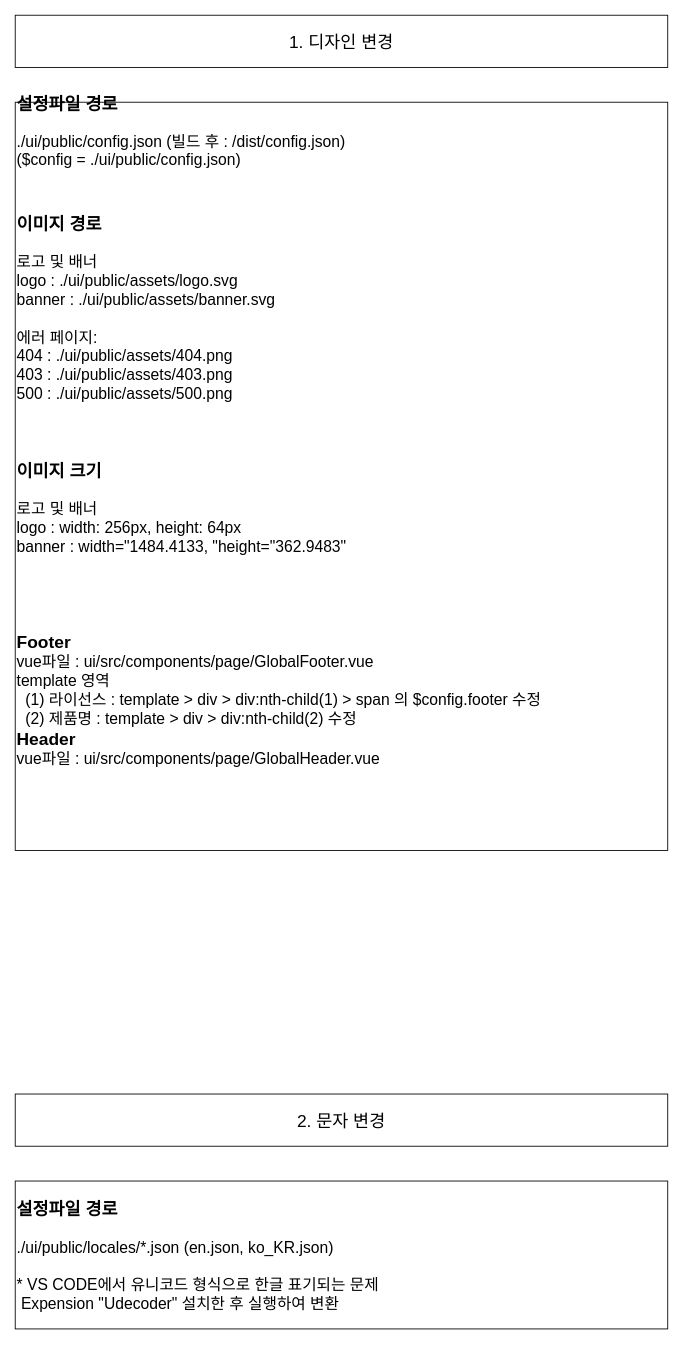
The draw.io diagram page "Page-1" (1 of 2) of primateUI-customize.drawio in stardom3645/wiki, before the edit. Source tidied: cells renumbered, new cells numbered last; positions are measured from the earlier drawing's top-left corner, leaving out a move shared by most shapes. Both pictures are drawn from the tidied source at 87%, with x=0, y=0 at pixel (15, 15).
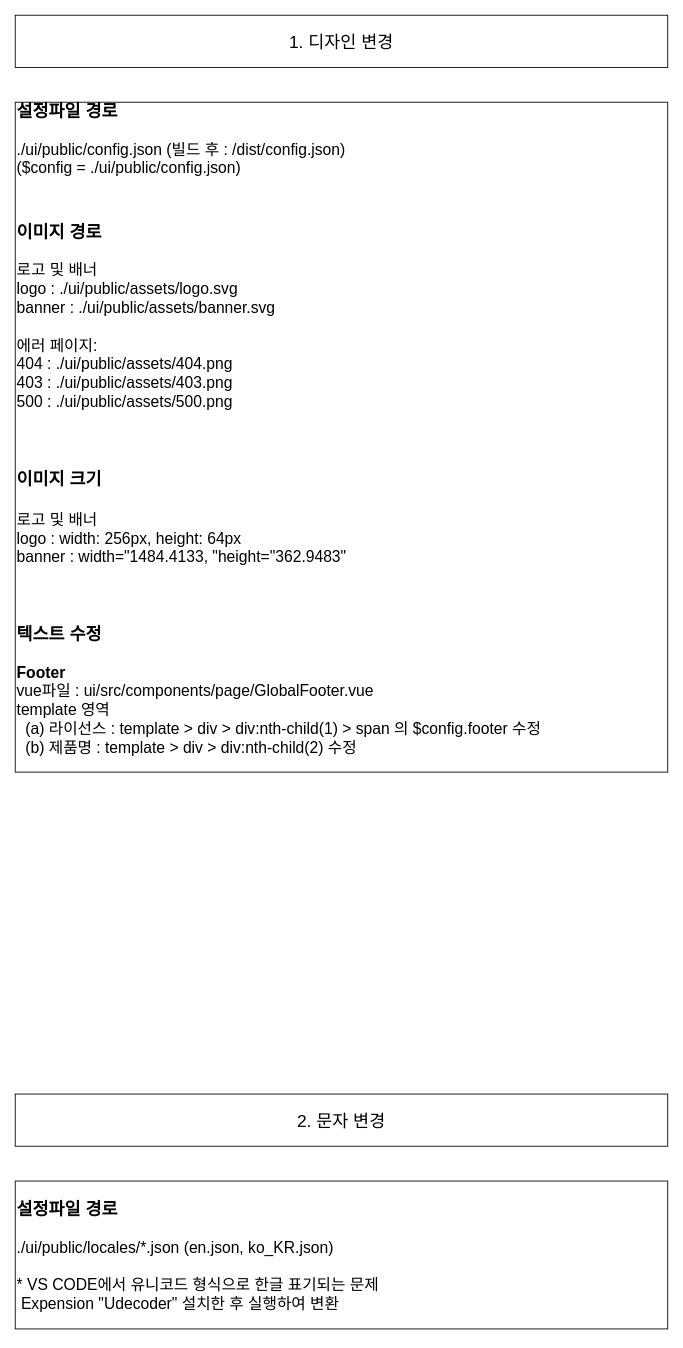
Above is the later version.

The edit, as a diff of the source:
```diff
@@
 <mxGraphModel background="#ffffff">
   <root>
     <mxCell id="0" />
     <mxCell id="1" parent="0" />
     <mxCell id="2" value="1. 디자인 변경" style="rounded=0;whiteSpace=wrap;html=1;fontSize=20;" parent="1" vertex="1">
       <mxGeometry width="750" height="60" as="geometry" />
     </mxCell>
-    <mxCell id="3" value="&lt;div&gt;&lt;div&gt;&lt;b&gt;&lt;font style=&quot;font-size: 20px&quot;&gt;&lt;br&gt;&lt;/font&gt;&lt;/b&gt;&lt;/div&gt;&lt;div&gt;&lt;div&gt;&lt;b&gt;&lt;font style=&quot;font-size: 20px&quot;&gt;설정파일 경로&lt;/font&gt;&lt;/b&gt;&lt;/div&gt;&lt;div&gt;&lt;br&gt;&lt;/div&gt;&lt;div&gt;./ui/public/config.json (빌드 후 : /dist/config.json)&lt;br&gt;&lt;/div&gt;&lt;/div&gt;&lt;div&gt;(&lt;span&gt;$config =&amp;nbsp;&lt;/span&gt;&lt;span&gt;./ui/public/config.json)&lt;/span&gt;&lt;br&gt;&lt;/div&gt;&lt;div&gt;&lt;b&gt;&lt;font style=&quot;font-size: 20px&quot;&gt;&lt;br&gt;&lt;/font&gt;&lt;/b&gt;&lt;/div&gt;&lt;div&gt;&lt;b&gt;&lt;font style=&quot;font-size: 20px&quot;&gt;&lt;br&gt;&lt;/font&gt;&lt;/b&gt;&lt;/div&gt;&lt;div&gt;&lt;b&gt;&lt;font style=&quot;font-size: 20px&quot;&gt;이미지 경로&lt;/font&gt;&lt;/b&gt;&lt;/div&gt;&lt;div style=&quot;font-size: 18px&quot;&gt;&lt;br&gt;&lt;/div&gt;&lt;div style=&quot;font-size: 18px&quot;&gt;로고 및 배너&lt;/div&gt;&lt;div style=&quot;font-size: 18px&quot;&gt;logo : ./ui/public/assets/logo.svg&lt;/div&gt;&lt;div style=&quot;font-size: 18px&quot;&gt;banner : ./ui/public/assets/banner.svg&lt;/div&gt;&lt;div style=&quot;font-size: 18px&quot;&gt;&amp;nbsp;&amp;nbsp;&lt;/div&gt;&lt;div style=&quot;font-size: 18px&quot;&gt;에러 페이지:&lt;/div&gt;&lt;div style=&quot;font-size: 18px&quot;&gt;404 : ./ui/public/assets/404.png&lt;/div&gt;&lt;div style=&quot;font-size: 18px&quot;&gt;403 : ./ui/public/assets/403.png&lt;/div&gt;&lt;div style=&quot;font-size: 18px&quot;&gt;500 : ./ui/public/assets/500.png&lt;/div&gt;&lt;/div&gt;&lt;div style=&quot;font-size: 18px&quot;&gt;&lt;br&gt;&lt;/div&gt;&lt;div style=&quot;font-size: 18px&quot;&gt;&lt;br&gt;&lt;/div&gt;&lt;div style=&quot;font-size: 18px&quot;&gt;&lt;br&gt;&lt;/div&gt;&lt;div&gt;&lt;div style=&quot;font-size: 18px&quot;&gt;&lt;span style=&quot;font-size: 20px&quot;&gt;&lt;b&gt;이미지 크기&lt;/b&gt;&lt;/span&gt;&lt;/div&gt;&lt;div style=&quot;font-size: 18px&quot;&gt;&lt;span&gt;&lt;br&gt;&lt;/span&gt;&lt;/div&gt;&lt;div style=&quot;font-size: 18px&quot;&gt;&lt;span&gt;로고 및 배너&lt;/span&gt;&lt;br&gt;&lt;/div&gt;&lt;div style=&quot;font-size: 18px&quot;&gt;logo : width: 256px, height: 64px&lt;/div&gt;&lt;div style=&quot;font-size: 18px&quot;&gt;banner : width=&quot;1484.4133, &quot;height=&quot;362.9483&quot;&lt;/div&gt;&lt;div style=&quot;font-size: 18px&quot;&gt;&lt;br&gt;&lt;/div&gt;&lt;div style=&quot;font-size: 18px&quot;&gt;&lt;br&gt;&lt;/div&gt;&lt;div&gt;&lt;div style=&quot;font-size: 18px&quot;&gt;&lt;br&gt;&lt;/div&gt;&lt;div style=&quot;font-size: 18px&quot;&gt;&lt;br&gt;&lt;/div&gt;&lt;div&gt;&lt;div&gt;&lt;span style=&quot;font-size: 20px&quot;&gt;&lt;b&gt;Footer&lt;/b&gt;&lt;/span&gt;&lt;/div&gt;&lt;div style=&quot;font-size: 18px&quot;&gt;&lt;span&gt;vue파일 : ui/src/components/page/GlobalFooter.vue&lt;/span&gt;&lt;br&gt;&lt;/div&gt;&lt;div style=&quot;font-size: 18px&quot;&gt;template 영역&lt;/div&gt;&lt;div style=&quot;font-size: 18px&quot;&gt;&amp;nbsp; (1) 라이선스 :&amp;nbsp;&lt;span&gt;template &amp;gt; div &amp;gt;&amp;nbsp;div:nth-child(1) &amp;gt;&amp;nbsp;&lt;/span&gt;&lt;span&gt;span 의 $config.footer 수정&lt;/span&gt;&lt;/div&gt;&lt;div style=&quot;font-size: 18px&quot;&gt;&amp;nbsp; (2) 제품명 : template &amp;gt; div &amp;gt;&amp;nbsp;div:nth-child(2) 수정&lt;/div&gt;&lt;div&gt;&lt;div style=&quot;font-size: 18px&quot;&gt;&lt;b style=&quot;font-size: 20px&quot;&gt;Header&lt;/b&gt;&lt;br&gt;&lt;/div&gt;&lt;div style=&quot;font-size: 18px&quot;&gt;&lt;span&gt;vue파일 : ui/src/components/page/GlobalHeader.vue&lt;/span&gt;&lt;br&gt;&lt;/div&gt;&lt;div style=&quot;font-size: 18px&quot;&gt;&lt;br&gt;&lt;/div&gt;&lt;/div&gt;&lt;div style=&quot;font-size: 18px&quot;&gt;&amp;nbsp;&amp;nbsp;&lt;/div&gt;&lt;div style=&quot;font-size: 18px&quot;&gt;&amp;nbsp;&lt;/div&gt;&lt;div style=&quot;font-size: 18px&quot;&gt;&lt;br&gt;&lt;/div&gt;&lt;/div&gt;&lt;/div&gt;&lt;div style=&quot;font-size: 18px&quot;&gt;&amp;nbsp;&amp;nbsp;&lt;/div&gt;&lt;div style=&quot;font-size: 18px&quot;&gt;&lt;br&gt;&lt;/div&gt;&lt;/div&gt;" style="rounded=0;whiteSpace=wrap;html=1;fontSize=18;align=left;" parent="1" vertex="1">
-      <mxGeometry y="100" width="750" height="860" as="geometry" />
+    <mxCell id="3" value="&lt;div&gt;&lt;div&gt;&lt;b&gt;&lt;font style=&quot;font-size: 20px&quot;&gt;&lt;br&gt;&lt;/font&gt;&lt;/b&gt;&lt;/div&gt;&lt;div&gt;&lt;div&gt;&lt;b&gt;&lt;font style=&quot;font-size: 20px&quot;&gt;설정파일 경로&lt;/font&gt;&lt;/b&gt;&lt;/div&gt;&lt;div&gt;&lt;br&gt;&lt;/div&gt;&lt;div&gt;./ui/public/config.json (빌드 후 : /dist/config.json)&lt;br&gt;&lt;/div&gt;&lt;/div&gt;&lt;div&gt;(&lt;span&gt;$config =&amp;nbsp;&lt;/span&gt;&lt;span&gt;./ui/public/config.json)&lt;/span&gt;&lt;br&gt;&lt;/div&gt;&lt;div&gt;&lt;b&gt;&lt;font style=&quot;font-size: 20px&quot;&gt;&lt;br&gt;&lt;/font&gt;&lt;/b&gt;&lt;/div&gt;&lt;div&gt;&lt;b&gt;&lt;font style=&quot;font-size: 20px&quot;&gt;&lt;br&gt;&lt;/font&gt;&lt;/b&gt;&lt;/div&gt;&lt;div&gt;&lt;b&gt;&lt;font style=&quot;font-size: 20px&quot;&gt;이미지 경로&lt;/font&gt;&lt;/b&gt;&lt;/div&gt;&lt;div style=&quot;font-size: 18px&quot;&gt;&lt;span&gt;&lt;br&gt;&lt;/span&gt;&lt;/div&gt;&lt;div style=&quot;font-size: 18px&quot;&gt;&lt;span&gt;로고 및 배너&lt;/span&gt;&lt;br&gt;&lt;/div&gt;&lt;div style=&quot;font-size: 18px&quot;&gt;logo : ./ui/public/assets/logo.svg&lt;/div&gt;&lt;div style=&quot;font-size: 18px&quot;&gt;banner : ./ui/public/assets/banner.svg&lt;/div&gt;&lt;div style=&quot;font-size: 18px&quot;&gt;&amp;nbsp;&amp;nbsp;&lt;/div&gt;&lt;div style=&quot;font-size: 18px&quot;&gt;에러 페이지:&lt;/div&gt;&lt;div style=&quot;font-size: 18px&quot;&gt;404 : ./ui/public/assets/404.png&lt;/div&gt;&lt;div style=&quot;font-size: 18px&quot;&gt;403 : ./ui/public/assets/403.png&lt;/div&gt;&lt;div style=&quot;font-size: 18px&quot;&gt;500 : ./ui/public/assets/500.png&lt;/div&gt;&lt;/div&gt;&lt;div style=&quot;font-size: 18px&quot;&gt;&lt;br&gt;&lt;/div&gt;&lt;div style=&quot;font-size: 18px&quot;&gt;&lt;br&gt;&lt;/div&gt;&lt;div style=&quot;font-size: 18px&quot;&gt;&lt;br&gt;&lt;/div&gt;&lt;div&gt;&lt;div style=&quot;font-size: 18px&quot;&gt;&lt;span style=&quot;font-size: 20px&quot;&gt;&lt;b&gt;이미지 크기&lt;/b&gt;&lt;/span&gt;&lt;/div&gt;&lt;div style=&quot;font-size: 18px&quot;&gt;&lt;span style=&quot;font-size: 20px&quot;&gt;&lt;b&gt;&lt;br&gt;&lt;/b&gt;&lt;/span&gt;&lt;/div&gt;&lt;div style=&quot;font-size: 18px&quot;&gt;&lt;span&gt;로고 및 배너&lt;/span&gt;&lt;br&gt;&lt;/div&gt;&lt;div style=&quot;font-size: 18px&quot;&gt;logo : width: 256px, height: 64px&lt;/div&gt;&lt;div style=&quot;font-size: 18px&quot;&gt;banner : width=&quot;1484.4133, &quot;height=&quot;362.9483&quot;&lt;/div&gt;&lt;div style=&quot;font-size: 18px&quot;&gt;&lt;br&gt;&lt;/div&gt;&lt;div style=&quot;font-size: 18px&quot;&gt;&lt;br&gt;&lt;/div&gt;&lt;div style=&quot;font-size: 18px&quot;&gt;&lt;br&gt;&lt;/div&gt;&lt;div style=&quot;font-size: 18px&quot;&gt;&lt;b style=&quot;font-size: 20px&quot;&gt;텍스트 수정&lt;/b&gt;&lt;br&gt;&lt;/div&gt;&lt;div&gt;&lt;/div&gt;&lt;/div&gt;&lt;br&gt;&lt;b&gt;Footer&lt;/b&gt;&lt;br&gt;&lt;span&gt;vue파일 : ui/src/components/page/GlobalFooter.vue&lt;/span&gt;&lt;br&gt;&lt;span&gt;template 영역&lt;/span&gt;&lt;br&gt;&lt;span&gt;&amp;nbsp; (a) 라이선스 :&amp;nbsp;&lt;/span&gt;&lt;span&gt;template &amp;gt; div &amp;gt;&amp;nbsp;div:nth-child(1) &amp;gt;&amp;nbsp;&lt;/span&gt;&lt;span&gt;span 의 $config.footer 수정&lt;/span&gt;&lt;br&gt;&lt;span&gt;&amp;nbsp; (b) 제품명 : template &amp;gt; div &amp;gt;&amp;nbsp;div:nth-child(2) 수정&lt;/span&gt;&lt;br&gt;&lt;br&gt;&lt;div&gt;&lt;div style=&quot;font-size: 18px&quot;&gt;&lt;br&gt;&lt;/div&gt;&lt;/div&gt;" style="rounded=0;whiteSpace=wrap;html=1;fontSize=18;align=left;" parent="1" vertex="1">
+      <mxGeometry y="100" width="750" height="770" as="geometry" />
     </mxCell>
     <mxCell id="4" value="2. 문자 변경" style="rounded=0;whiteSpace=wrap;html=1;fontSize=20;" parent="1" vertex="1">
       <mxGeometry y="1240" width="750" height="60" as="geometry" />
     </mxCell>
     <mxCell id="5" value="&lt;div&gt;&lt;div&gt;&lt;b&gt;&lt;font style=&quot;font-size: 20px&quot;&gt;&lt;br&gt;&lt;/font&gt;&lt;/b&gt;&lt;/div&gt;&lt;div&gt;&lt;div&gt;&lt;b&gt;&lt;font style=&quot;font-size: 20px&quot;&gt;설정파일 경로&lt;/font&gt;&lt;/b&gt;&lt;/div&gt;&lt;div&gt;&lt;br&gt;&lt;/div&gt;&lt;div&gt;&lt;span&gt;./ui/&lt;/span&gt;public/locales/*.json (en.json, ko_KR.json)&lt;/div&gt;&lt;/div&gt;&lt;div&gt;&lt;br&gt;&lt;/div&gt;&lt;div&gt;* VS CODE에서 유니코드 형식으로 한글 표기되는 문제&lt;/div&gt;&lt;div&gt;&amp;nbsp;Expension &quot;Udecoder&quot; 설치한 후 실행하여 변환&lt;/div&gt;&lt;div&gt;&lt;br&gt;&lt;/div&gt;&lt;/div&gt;" style="rounded=0;whiteSpace=wrap;html=1;fontSize=18;align=left;" parent="1" vertex="1">
       <mxGeometry y="1340" width="750" height="170" as="geometry" />
     </mxCell>
   </root>
 </mxGraphModel>
```
